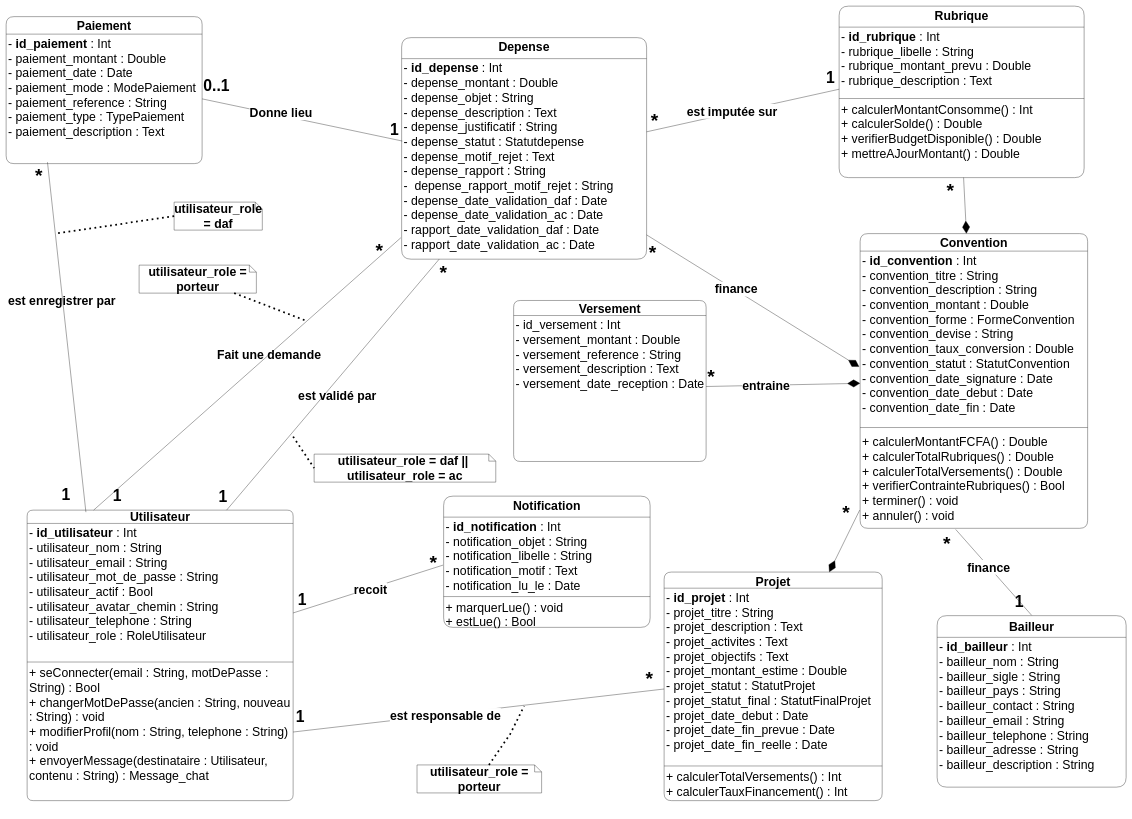
CheickOuedraogo/stage keeps this draw.io diagram as rapport/graphe/classe/class-diagram v2.drawio. Above is the earlier version. Source tidied: cells renumbered, new cells numbered last; positions are measured from the earlier drawing's top-left corner, leaving out a move shared by most shapes. Both pictures are drawn from the tidied source at 35%, with x=0, y=0 at pixel (6, 6).
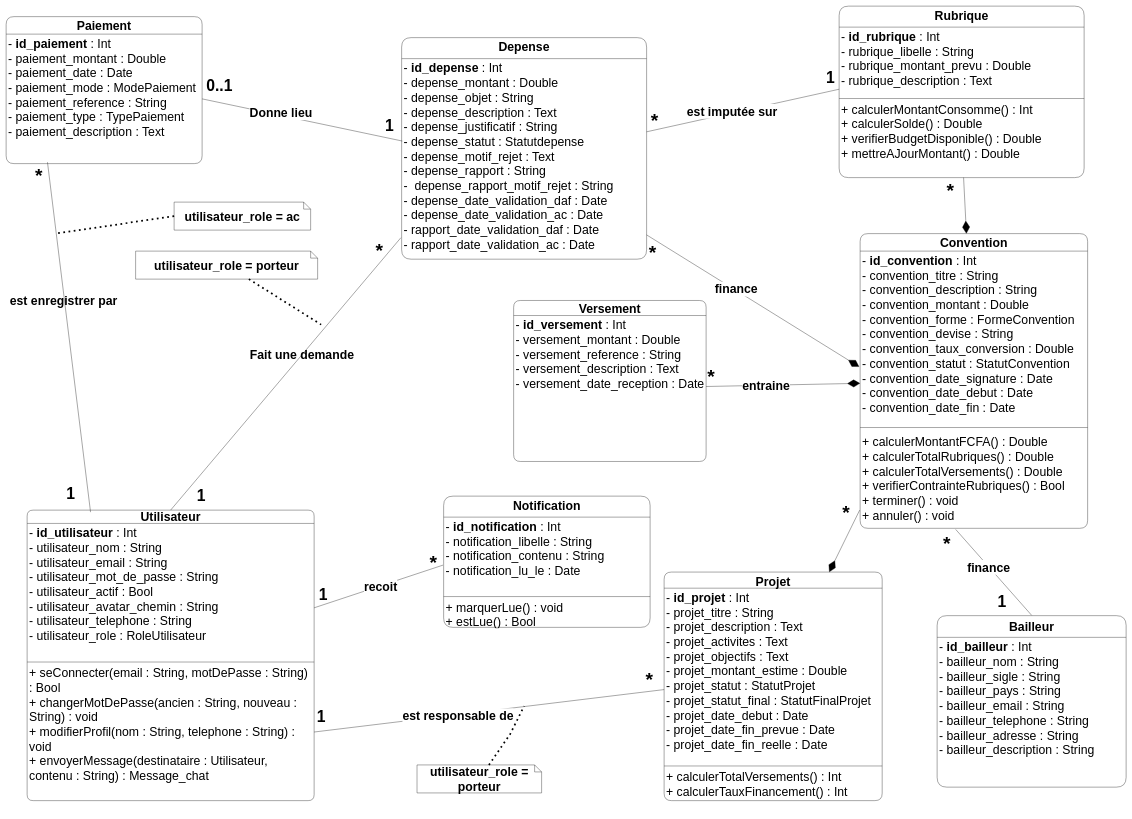
The same diagram, later.

The change refers to these unchanged cells:
```xml
<mxCell id="5" value="&lt;font&gt;- &lt;b&gt;i&lt;/b&gt;&lt;b&gt;d_depense&lt;/b&gt; : Int&lt;br&gt;- depense_montant : Double&lt;br&gt;- depense_objet : String&lt;br&gt;- depense_description : Text&lt;br&gt;- depense_justificatif : String&lt;br&gt;- depense_statut : Statutdepense&lt;br&gt;- depense_motif_rejet : Text&lt;br&gt;- depense_rapport : String&lt;span style=&quot;background-color: transparent; color: light-dark(rgb(0, 0, 0), rgb(255, 255, 255));&quot;&gt;&amp;nbsp;&lt;/span&gt;&lt;/font&gt;&lt;div&gt;&lt;div&gt;&lt;font&gt;-&amp;nbsp;&amp;nbsp;depense_rapport_motif_rejet : String&lt;br&gt;- depense_date_validation_daf : Date&lt;br&gt;- depense_date_validation_ac : Date&lt;/font&gt;&lt;/div&gt;&lt;/div&gt;&lt;div&gt;&lt;font&gt;- rapport_date_validation_daf : Date&lt;br&gt;- rapport_date_validation_ac : Date&lt;/font&gt;&lt;/div&gt;" style="text;align=left;verticalAlign=top;spacingLeft=4;spacingRight=4;overflow=hidden;points=[[0,0.5],[1,0.5]];portConstraint=eastwest;whiteSpace=wrap;html=1;fontSize=35;rounded=1;labelBackgroundColor=none;" parent="4" vertex="1">
  <mxGeometry y="60" width="700" height="573" as="geometry" />
</mxCell>
<mxCell id="14" value="Bailleur" style="swimlane;fontStyle=1;align=center;verticalAlign=middle;horizontal=1;startSize=62;whiteSpace=wrap;html=1;fontSize=35;perimeterSpacing=1;rounded=1;labelBackgroundColor=none;" parent="1" vertex="1">
  <mxGeometry x="2660" y="1741.5" width="540" height="490" as="geometry" />
</mxCell>
<mxCell id="16" value="Versement" style="swimlane;fontStyle=1;align=center;verticalAlign=middle;horizontal=1;startSize=43;whiteSpace=wrap;html=1;fontSize=35;rounded=1;labelBackgroundColor=none;" parent="1" vertex="1">
  <mxGeometry x="1450" y="841" width="550" height="460" as="geometry" />
</mxCell>
<mxCell id="26" value="Notification" style="swimlane;fontStyle=1;align=center;verticalAlign=top;horizontal=1;startSize=60;whiteSpace=wrap;html=1;fontSize=35;rounded=1;labelBackgroundColor=none;" parent="1" vertex="1">
  <mxGeometry x="1250" y="1400" width="590" height="375" as="geometry" />
</mxCell>
<mxCell id="30" style="endArrow=none;html=1;rounded=1;exitX=1;exitY=0.5;exitDx=0;exitDy=0;labelBackgroundColor=none;fontColor=default;fontSize=35;entryX=0.003;entryY=0.411;entryDx=0;entryDy=0;entryPerimeter=0;" parent="1" edge="1" source="3" target="5">
  <mxGeometry relative="1" as="geometry" />
</mxCell>
<mxCell id="48" style="endArrow=none;html=1;rounded=1;labelBackgroundColor=none;fontColor=default;fontSize=35;entryX=0.5;entryY=0;entryDx=0;entryDy=0;exitX=0.42;exitY=1.011;exitDx=0;exitDy=0;exitPerimeter=0;" parent="1" edge="1" source="13" target="14">
  <mxGeometry relative="1" as="geometry" />
</mxCell>
```

Diff of the diagram source:
```diff
@@
-    <mxCell id="15" value="- &lt;b&gt;id_bailleur&lt;/b&gt; : Int&lt;br&gt;- bailleur_nom : String&lt;br&gt;- bailleur_sigle : String&lt;br&gt;- bailleur_pays : String&lt;br&gt;- bailleur_contact : String&lt;br&gt;- bailleur_email : String&lt;br&gt;- bailleur_telephone : String&lt;br&gt;- bailleur_adresse : String&lt;br&gt;- bailleur_description : String" style="text;strokeColor=none;fillColor=none;align=left;verticalAlign=top;spacingLeft=4;spacingRight=4;overflow=hidden;whiteSpace=wrap;html=1;fontSize=35;rounded=1;labelBackgroundColor=none;" parent="14" vertex="1">
+    <mxCell id="15" value="- &lt;b&gt;id_bailleur&lt;/b&gt; : Int&lt;br&gt;- bailleur_nom : String&lt;br&gt;- bailleur_sigle : String&lt;br&gt;- bailleur_pays : String&lt;br&gt;- bailleur_email : String&lt;br&gt;- bailleur_telephone : String&lt;br&gt;- bailleur_adresse : String&lt;br&gt;- bailleur_description : String" style="text;strokeColor=none;fillColor=none;align=left;verticalAlign=top;spacingLeft=4;spacingRight=4;overflow=hidden;whiteSpace=wrap;html=1;fontSize=35;rounded=1;labelBackgroundColor=none;" parent="14" vertex="1">
       <mxGeometry y="62" width="540" height="428" as="geometry" />
     </mxCell>
@@
-    <mxCell id="17" value="- id_versement : Int&lt;br&gt;- versement_montant : Double&lt;br&gt;- versement_reference : String&lt;br&gt;- versement_description : Text&lt;br&gt;- versement_date_reception : Date" style="text;strokeColor=none;fillColor=none;align=left;verticalAlign=top;spacingLeft=4;spacingRight=4;overflow=hidden;points=[[0,0.5],[1,0.5]];portConstraint=eastwest;whiteSpace=wrap;html=1;fontSize=35;rounded=1;labelBackgroundColor=none;" parent="16" vertex="1">
+    <mxCell id="17" value="- &lt;b&gt;id_versement&lt;/b&gt; : Int&lt;br&gt;- versement_montant : Double&lt;br&gt;- versement_reference : String&lt;br&gt;- versement_description : Text&lt;br&gt;- versement_date_reception : Date" style="text;strokeColor=none;fillColor=none;align=left;verticalAlign=top;spacingLeft=4;spacingRight=4;overflow=hidden;points=[[0,0.5],[1,0.5]];portConstraint=eastwest;whiteSpace=wrap;html=1;fontSize=35;rounded=1;labelBackgroundColor=none;" parent="16" vertex="1">
       <mxGeometry y="43" width="550" height="417" as="geometry" />
     </mxCell>
     <mxCell id="18" value="Utilisateur" style="swimlane;fontStyle=1;align=center;verticalAlign=middle;horizontal=1;startSize=38;whiteSpace=wrap;html=1;fontSize=35;rounded=1;labelBackgroundColor=none;" parent="1" vertex="1">
-      <mxGeometry x="60" y="1440" width="760" height="830" as="geometry" />
+      <mxGeometry x="60" y="1440" width="820" height="830" as="geometry" />
     </mxCell>
     <mxCell id="19" value="&lt;font&gt;- &lt;b&gt;i&lt;/b&gt;&lt;b&gt;d_utilisateur&lt;/b&gt; : Int&lt;br&gt;- utilisateur_nom : String&lt;br&gt;- utilisateur_email : String&lt;br&gt;- utilisateur_mot_de_passe : String&lt;br&gt;- utilisateur_actif : Bool&lt;br&gt;- utilisateur_avatar_chemin : String&lt;br&gt;- utilisateur_telephone : String&lt;br&gt;- utilisateur_role : RoleUtilisateur&lt;/font&gt;" style="text;strokeColor=none;fillColor=none;align=left;verticalAlign=top;spacingLeft=4;spacingRight=4;overflow=hidden;whiteSpace=wrap;html=1;fontSize=35;rounded=1;labelBackgroundColor=none;" parent="18" vertex="1">
-      <mxGeometry y="38" width="760" height="392" as="geometry" />
+      <mxGeometry y="38" width="820" height="392" as="geometry" />
     </mxCell>
     <mxCell id="20" style="line;strokeWidth=1;fillColor=none;align=left;verticalAlign=middle;spacingTop=-1;spacingLeft=3;spacingRight=3;labelPosition=right;rounded=1;labelBackgroundColor=none;fontSize=35;" parent="18" vertex="1">
-      <mxGeometry y="430" width="760" height="8" as="geometry" />
+      <mxGeometry y="430" width="820" height="8" as="geometry" />
     </mxCell>
     <mxCell id="21" value="&lt;font&gt;+ seConnecter(email : String, motDePasse : String) : Bool&lt;br&gt;+ changerMotDePasse(ancien : String, nouveau : String) : void&lt;br&gt;+ modifierProfil(nom : String, telephone : String) : void&lt;br&gt;+ envoyerMessage(destinataire : Utilisateur, contenu : String) : Message_chat&lt;/font&gt;" style="text;strokeColor=none;fillColor=none;align=left;verticalAlign=top;spacingLeft=4;spacingRight=4;overflow=hidden;points=[[0,0.5],[1,0.5]];portConstraint=eastwest;whiteSpace=wrap;html=1;fontSize=35;rounded=1;labelBackgroundColor=none;" parent="18" vertex="1">
-      <mxGeometry y="438" width="760" height="392" as="geometry" />
+      <mxGeometry y="438" width="820" height="392" as="geometry" />
     </mxCell>
@@
-    <mxCell id="27" value="- &lt;b&gt;id_notification&lt;/b&gt; : Int&lt;br&gt;- notification_objet : String&lt;br&gt;- notification_libelle : String&lt;br&gt;- notification_motif : Text&lt;br&gt;- notification_lu_le : Date" style="text;strokeColor=none;fillColor=none;align=left;verticalAlign=top;spacingLeft=4;spacingRight=4;overflow=hidden;points=[[0,0.5],[1,0.5]];portConstraint=eastwest;whiteSpace=wrap;html=1;fontSize=35;rounded=1;labelBackgroundColor=none;" parent="26" vertex="1">
+    <mxCell id="27" value="- &lt;b&gt;id_notification&lt;/b&gt; : Int&lt;br&gt;- notification_libelle : String&lt;div&gt;- notification_contenu : String&lt;br&gt;- notification_lu_le : Date&lt;/div&gt;" style="text;strokeColor=none;fillColor=none;align=left;verticalAlign=top;spacingLeft=4;spacingRight=4;overflow=hidden;points=[[0,0.5],[1,0.5]];portConstraint=eastwest;whiteSpace=wrap;html=1;fontSize=35;rounded=1;labelBackgroundColor=none;" parent="26" vertex="1">
       <mxGeometry y="60" width="590" height="223" as="geometry" />
     </mxCell>
@@
     <mxCell id="31" value="0..1" style="html=1;whiteSpace=wrap;align=left;verticalAlign=bottom;rounded=1;labelBackgroundColor=none;fontSize=45;fontStyle=1;" parent="30" vertex="1">
       <mxGeometry x="-1" relative="1" as="geometry">
-        <mxPoint x="2" y="-8" as="offset" />
+        <mxPoint x="10" y="-8" as="offset" />
       </mxGeometry>
     </mxCell>
     <mxCell id="32" value="1" style="html=1;whiteSpace=wrap;align=right;verticalAlign=bottom;rounded=1;labelBackgroundColor=none;fontSize=45;fontStyle=1;" parent="30" vertex="1">
       <mxGeometry x="1" relative="1" as="geometry">
-        <mxPoint x="-9" y="-3" as="offset" />
+        <mxPoint x="-23" y="-16" as="offset" />
       </mxGeometry>
     </mxCell>
@@
     <mxCell id="50" value="1" style="html=1;whiteSpace=wrap;align=right;verticalAlign=bottom;rounded=1;labelBackgroundColor=none;fontSize=45;fontStyle=1;" parent="48" vertex="1">
       <mxGeometry x="1" relative="1" as="geometry">
-        <mxPoint x="-22" y="-10" as="offset" />
+        <mxPoint x="-71" y="-10" as="offset" />
       </mxGeometry>
     </mxCell>
@@
-    <mxCell id="52" value="utilisateur_role = daf" style="shape=note;size=20;whiteSpace=wrap;html=1;rounded=1;labelBackgroundColor=none;fontSize=35;fontStyle=1;" parent="1" vertex="1">
-      <mxGeometry x="480" y="560" width="252" height="80" as="geometry" />
+    <mxCell id="52" value="utilisateur_role = ac" style="shape=note;size=20;whiteSpace=wrap;html=1;rounded=1;labelBackgroundColor=none;fontSize=35;fontStyle=1;" parent="1" vertex="1">
+      <mxGeometry x="480" y="560" width="390" height="80" as="geometry" />
     </mxCell>
-    <mxCell id="53" value="&lt;font&gt;utilisateur_role = daf ||&amp;nbsp; utilisateur_role = ac&lt;/font&gt;" style="shape=note;size=20;whiteSpace=wrap;html=1;rounded=1;labelBackgroundColor=none;fontSize=35;fontStyle=1;" parent="1" vertex="1">
-      <mxGeometry x="880" y="1280" width="519" height="80" as="geometry" />
-    </mxCell>
-    <mxCell id="54" style="endArrow=none;html=1;rounded=1;entryX=0.25;entryY=0;entryDx=0;entryDy=0;labelBackgroundColor=none;fontColor=default;fontSize=35;exitX=-0.003;exitY=0.893;exitDx=0;exitDy=0;exitPerimeter=0;" parent="1" edge="1" source="5" target="18">
+    <mxCell id="54" style="endArrow=none;html=1;rounded=1;entryX=0.5;entryY=0;entryDx=0;entryDy=0;labelBackgroundColor=none;fontColor=default;fontSize=35;exitX=-0.003;exitY=0.893;exitDx=0;exitDy=0;exitPerimeter=0;" parent="1" edge="1" source="5" target="18">
       <mxGeometry relative="1" as="geometry" />
     </mxCell>
@@
     <mxCell id="56" value="1" style="html=1;whiteSpace=wrap;align=right;verticalAlign=bottom;rounded=1;labelBackgroundColor=none;fontSize=45;fontStyle=1;" parent="54" vertex="1">
       <mxGeometry x="1" relative="1" as="geometry">
-        <mxPoint x="81" y="-12" as="offset" />
+        <mxPoint x="101" y="-12" as="offset" />
       </mxGeometry>
     </mxCell>
@@
-    <mxCell id="58" style="endArrow=none;html=1;rounded=1;entryX=0.75;entryY=0;entryDx=0;entryDy=0;labelBackgroundColor=none;fontColor=default;fontSize=35;" parent="1" edge="1" source="5" target="18">
-      <mxGeometry relative="1" as="geometry" />
-    </mxCell>
-    <mxCell id="59" value="*" style="html=1;whiteSpace=wrap;align=left;verticalAlign=bottom;rounded=1;labelBackgroundColor=none;fontSize=55;fontStyle=1;" parent="58" vertex="1">
-      <mxGeometry x="-1" relative="1" as="geometry">
-        <mxPoint y="71" as="offset" />
-      </mxGeometry>
-    </mxCell>
-    <mxCell id="60" value="1" style="html=1;whiteSpace=wrap;align=right;verticalAlign=bottom;rounded=1;labelBackgroundColor=none;fontSize=45;fontStyle=1;" parent="58" vertex="1">
-      <mxGeometry x="1" relative="1" as="geometry">
-        <mxPoint x="3" y="-10" as="offset" />
-      </mxGeometry>
-    </mxCell>
-    <mxCell id="61" value="est validé par" style="edgeLabel;html=1;align=center;verticalAlign=middle;rounded=1;labelBackgroundColor=none;fontSize=35;fontStyle=1;" parent="58" vertex="1">
-      <mxGeometry x="-0.14" y="-1" relative="1" as="geometry">
-        <mxPoint x="-30" y="82" as="offset" />
-      </mxGeometry>
-    </mxCell>
@@
     <mxCell id="75" value="utilisateur_role = porteur" style="shape=note;size=20;whiteSpace=wrap;html=1;rounded=1;labelBackgroundColor=none;fontSize=35;fontStyle=1;" parent="1" vertex="1">
-      <mxGeometry x="380" y="740" width="335" height="80" as="geometry" />
+      <mxGeometry x="370" y="700" width="520" height="80" as="geometry" />
     </mxCell>
@@
     <mxCell id="77" style="endArrow=none;html=1;rounded=0;strokeWidth=5;dashed=1;dashPattern=1 2;fontSize=35;" parent="1" edge="1" source="75">
       <mxGeometry relative="1" as="geometry">
-        <mxPoint x="860" y="900" as="targetPoint" />
+        <mxPoint x="900" y="910" as="targetPoint" />
       </mxGeometry>
     </mxCell>
-    <mxCell id="78" style="endArrow=none;html=1;rounded=0;strokeWidth=5;dashed=1;dashPattern=1 2;entryX=0;entryY=0.5;entryDx=0;entryDy=0;entryPerimeter=0;fontSize=35;" parent="1" edge="1" target="53">
-      <mxGeometry relative="1" as="geometry">
-        <mxPoint x="820" y="1230" as="sourcePoint" />
-      </mxGeometry>
-    </mxCell>
```
